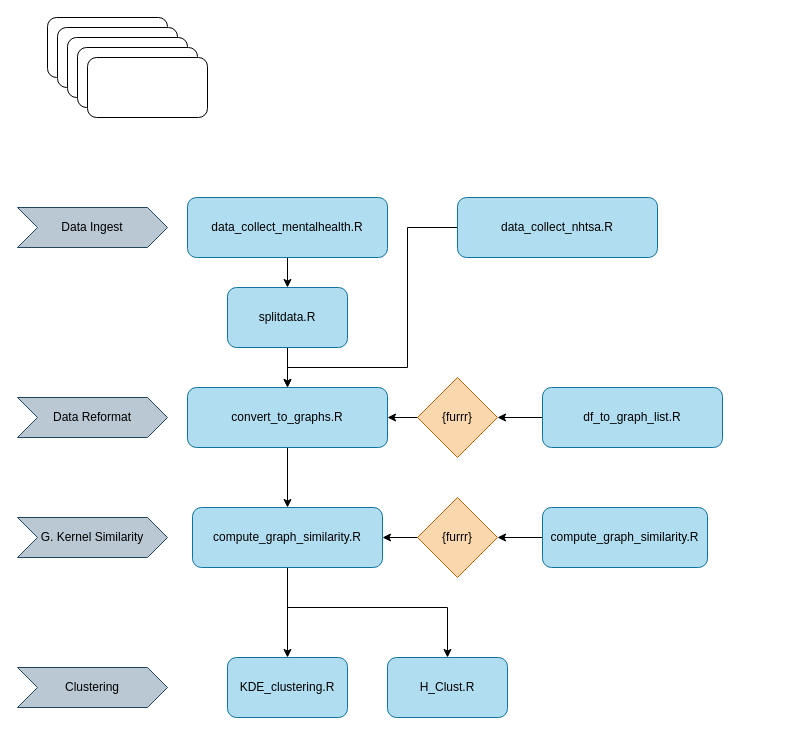
Levi-Nicklas/GraphDocNLP keeps this draw.io diagram as Images/ScriptMap.drawio. Above is the earlier version. Source tidied: cells renumbered, new cells numbered last; positions are measured from the earlier drawing's top-left corner, leaving out a move shared by most shapes. Both pictures are drawn from the tidied source at 100%, with x=0, y=0 at pixel (17, 17).
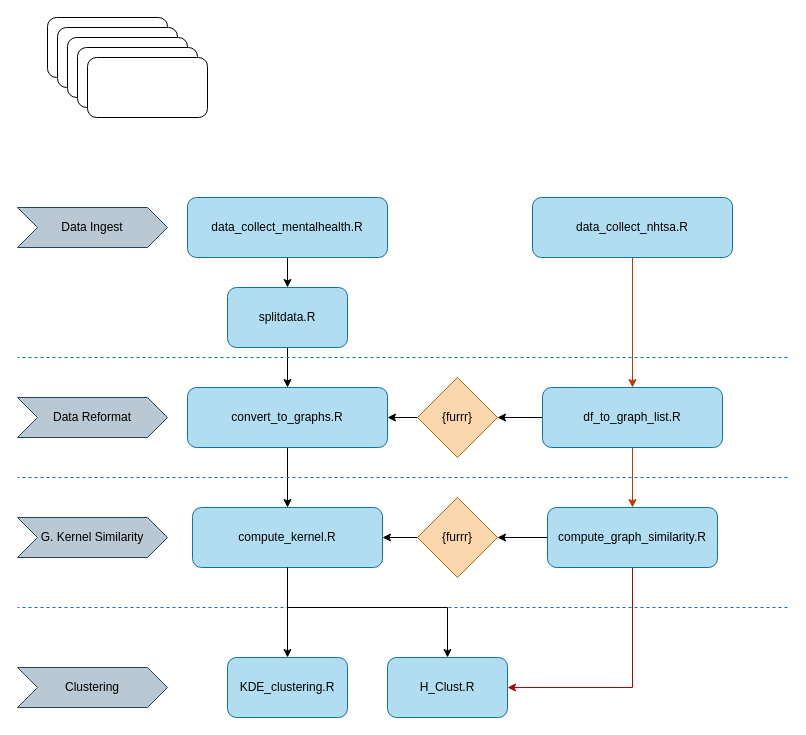
Above is the later version.

The change refers to these unchanged cells:
```xml
<mxCell id="16" value="df_to_graph_list.R" style="rounded=1;whiteSpace=wrap;html=1;fillColor=#b1ddf0;strokeColor=#10739e;" parent="1" vertex="1">
  <mxGeometry x="525" y="370" width="180" height="60" as="geometry" />
</mxCell>
<mxCell id="18" value="convert_to_graphs.R" style="rounded=1;whiteSpace=wrap;html=1;fillColor=#b1ddf0;strokeColor=#10739e;" parent="1" vertex="1">
  <mxGeometry x="170" y="370" width="200" height="60" as="geometry" />
</mxCell>
<mxCell id="31" value="H_Clust.R" style="rounded=1;whiteSpace=wrap;html=1;fillColor=#b1ddf0;strokeColor=#10739e;" parent="1" vertex="1">
  <mxGeometry x="370" y="640" width="120" height="60" as="geometry" />
</mxCell>
```

Change to the diagram source:
```diff
@@
-    <mxCell id="9" style="edgeStyle=orthogonalEdgeStyle;rounded=0;jettySize=auto;html=1;" parent="1" edge="1" source="10" target="31">
-      <mxGeometry relative="1" as="geometry">
-        <Array as="points">
-          <mxPoint x="270" y="590" />
-          <mxPoint x="430" y="590" />
-        </Array>
-      </mxGeometry>
-    </mxCell>
-    <mxCell id="10" value="compute_graph_similarity.R" style="rounded=1;whiteSpace=wrap;html=1;fillColor=#b1ddf0;strokeColor=#10739e;" parent="1" vertex="1">
+    <mxCell id="10" value="compute_kernel.R" style="rounded=1;whiteSpace=wrap;html=1;fillColor=#b1ddf0;strokeColor=#10739e;" parent="1" vertex="1">
       <mxGeometry x="175" y="490" width="190" height="60" as="geometry" />
     </mxCell>
@@
+    <mxCell id="32" style="edgeStyle=orthogonalEdgeStyle;rounded=0;jettySize=auto;html=1;entryX=1;entryY=0.5;entryDx=0;entryDy=0;fillColor=#e51400;strokeColor=#B20000;" parent="1" edge="1" source="12" target="31">
+      <mxGeometry relative="1" as="geometry">
+        <Array as="points">
+          <mxPoint x="615" y="670" />
+        </Array>
+      </mxGeometry>
+    </mxCell>
     <mxCell id="12" value="compute_graph_similarity.R" style="rounded=1;whiteSpace=wrap;html=1;fillColor=#b1ddf0;strokeColor=#10739e;" parent="1" vertex="1">
-      <mxGeometry x="525" y="490" width="165" height="60" as="geometry" />
+      <mxGeometry x="530" y="490" width="170" height="60" as="geometry" />
     </mxCell>
@@
+    <mxCell id="33" style="edgeStyle=orthogonalEdgeStyle;rounded=0;jettySize=auto;html=1;fillColor=#fa6800;strokeColor=#C73500;" parent="1" edge="1" source="16" target="12">
+      <mxGeometry relative="1" as="geometry" />
+    </mxCell>
@@
-    <mxCell id="29" style="edgeStyle=orthogonalEdgeStyle;rounded=0;jettySize=auto;html=1;entryX=0.5;entryY=0;entryDx=0;entryDy=0;" parent="1" edge="1" source="30" target="18">
-      <mxGeometry relative="1" as="geometry">
-        <Array as="points">
-          <mxPoint x="390" y="210" />
-          <mxPoint x="390" y="350" />
-          <mxPoint x="270" y="350" />
-        </Array>
-      </mxGeometry>
-    </mxCell>
+    <mxCell id="34" style="edgeStyle=orthogonalEdgeStyle;rounded=0;jettySize=auto;html=1;fillColor=#fa6800;strokeColor=#C73500;" parent="1" edge="1" source="30" target="16">
+      <mxGeometry relative="1" as="geometry" />
+    </mxCell>
     <mxCell id="30" value="data_collect_nhtsa.R" style="rounded=1;whiteSpace=wrap;html=1;fillColor=#b1ddf0;strokeColor=#10739e;" parent="1" vertex="1">
-      <mxGeometry x="440" y="180" width="200" height="60" as="geometry" />
+      <mxGeometry x="515" y="180" width="200" height="60" as="geometry" />
     </mxCell>
@@
+    <mxCell id="35" style="endArrow=none;html=1;dashed=1;fillColor=#b1ddf0;strokeColor=#10739e;" parent="1" edge="1">
+      <mxGeometry relative="1" as="geometry">
+        <mxPoint x="770" y="590" as="sourcePoint" />
+        <mxPoint y="590" as="targetPoint" />
+      </mxGeometry>
+    </mxCell>
+    <mxCell id="36" style="endArrow=none;html=1;dashed=1;fillColor=#b1ddf0;strokeColor=#10739e;" parent="1" edge="1">
+      <mxGeometry relative="1" as="geometry">
+        <mxPoint x="770" y="460" as="sourcePoint" />
+        <mxPoint y="460" as="targetPoint" />
+      </mxGeometry>
+    </mxCell>
+    <mxCell id="37" style="endArrow=none;html=1;dashed=1;fillColor=#b1ddf0;strokeColor=#10739e;" parent="1" edge="1">
+      <mxGeometry relative="1" as="geometry">
+        <mxPoint x="770" y="340" as="sourcePoint" />
+        <mxPoint y="340" as="targetPoint" />
+      </mxGeometry>
+    </mxCell>
+    <mxCell id="9" style="edgeStyle=orthogonalEdgeStyle;rounded=0;jettySize=auto;html=1;" parent="1" edge="1" source="10" target="31">
+      <mxGeometry relative="1" as="geometry">
+        <Array as="points">
+          <mxPoint x="270" y="590" />
+          <mxPoint x="430" y="590" />
+        </Array>
+      </mxGeometry>
+    </mxCell>
```
